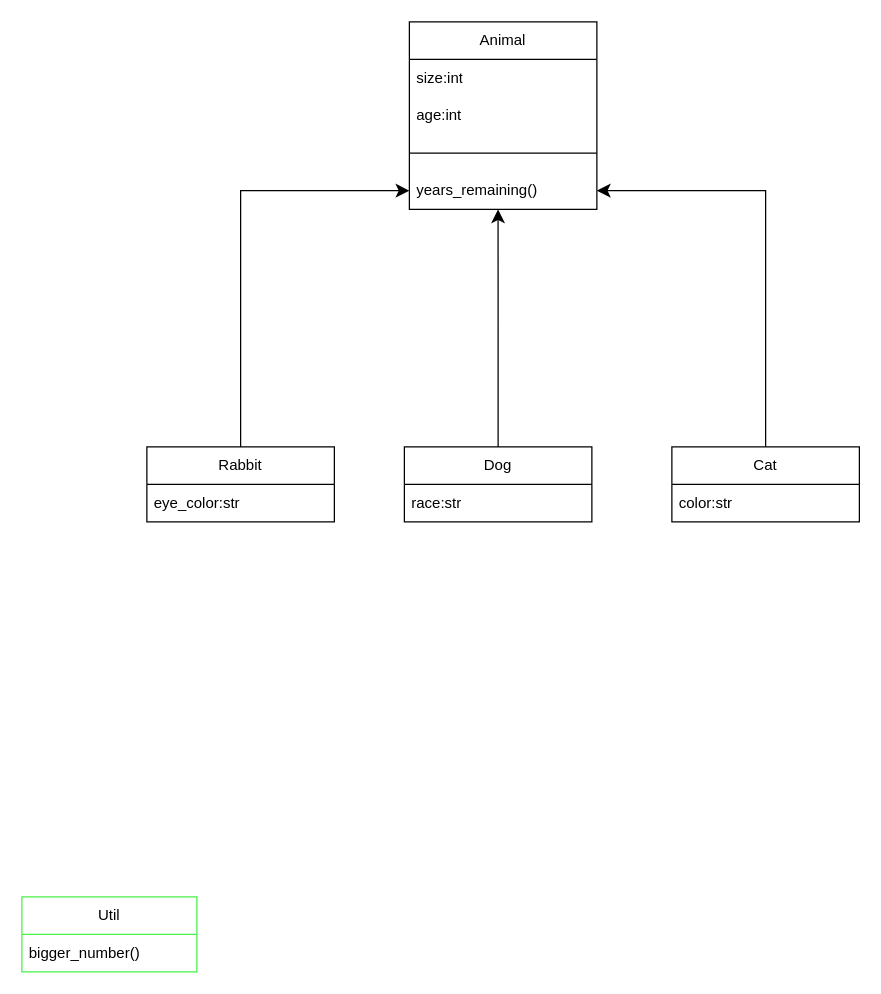
This is aula 4 - Herança/Exercícios/Exercício - Herança.drawio from fanecovsf/mentoria, a draw.io file, before an edit. Source tidied: cells renumbered, new cells numbered last; positions are measured from the earlier drawing's top-left corner, leaving out a move shared by most shapes. Both pictures are drawn from the tidied source at 125%, with x=0, y=0 at pixel (21, 21).
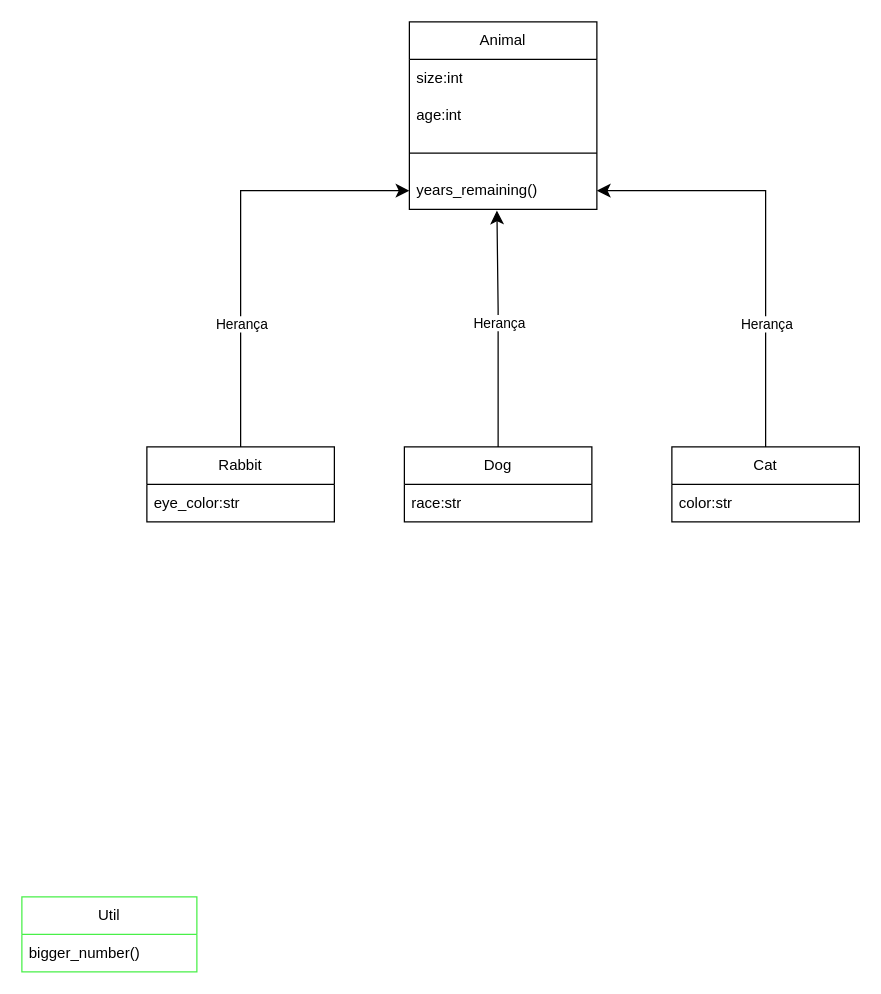
The same page after the edit.

The change refers to these unchanged cells:
```xml
<mxCell id="7" value="years_remaining()" style="text;strokeColor=none;fillColor=none;align=left;verticalAlign=middle;spacingLeft=4;spacingRight=4;overflow=hidden;points=[[0,0.5],[1,0.5]];portConstraint=eastwest;whiteSpace=wrap;html=1;" parent="2" vertex="1">
  <mxGeometry y="120" width="150" height="30" as="geometry" />
</mxCell>
<mxCell id="10" value="Dog" style="swimlane;fontStyle=0;horizontal=1;startSize=30;whiteSpace=wrap;html=1;" parent="1" vertex="1">
  <mxGeometry x="306" y="340" width="150" height="60" as="geometry" />
</mxCell>
<mxCell id="12" value="Cat" style="swimlane;fontStyle=0;horizontal=1;startSize=30;whiteSpace=wrap;html=1;" parent="1" vertex="1">
  <mxGeometry x="520" y="340" width="150" height="60" as="geometry" />
</mxCell>
<mxCell id="14" style="edgeStyle=elbowEdgeStyle;elbow=vertical;endArrow=classic;html=1;curved=0;rounded=0;endSize=8;startSize=8;exitX=0.5;exitY=0;exitDx=0;exitDy=0;entryX=0;entryY=0.5;entryDx=0;entryDy=0;" parent="1" edge="1" source="8" target="7">
  <mxGeometry relative="1" as="geometry">
    <Array as="points">
      <mxPoint x="240" y="135" />
      <mxPoint x="380" y="240" />
    </Array>
  </mxGeometry>
</mxCell>
```

Change to the diagram source:
```diff
@@
-    <mxCell id="15" style="edgeStyle=elbowEdgeStyle;elbow=vertical;endArrow=classic;html=1;curved=0;rounded=0;endSize=8;startSize=8;entryX=0.473;entryY=1;entryDx=0;entryDy=0;entryPerimeter=0;exitX=0.5;exitY=0;exitDx=0;exitDy=0;" parent="1" edge="1" source="10" target="7">
-      <mxGeometry relative="1" as="geometry">
-        <Array as="points">
-          <mxPoint x="370" y="250" />
-          <mxPoint x="390" y="250" />
-        </Array>
-      </mxGeometry>
-    </mxCell>
-    <mxCell id="16" style="edgeStyle=elbowEdgeStyle;elbow=vertical;endArrow=classic;html=1;curved=0;rounded=0;endSize=8;startSize=8;entryX=1;entryY=0.5;entryDx=0;entryDy=0;exitX=0.5;exitY=0;exitDx=0;exitDy=0;" parent="1" edge="1" source="12" target="7">
-      <mxGeometry relative="1" as="geometry">
-        <Array as="points">
-          <mxPoint x="510" y="135" />
-          <mxPoint x="400" y="260" />
-        </Array>
-      </mxGeometry>
-    </mxCell>
+    <mxCell id="19" value="Herança" style="edgeLabel;html=1;align=center;verticalAlign=middle;" parent="14" vertex="1">
+      <mxGeometry x="-0.38" y="-1" relative="1" as="geometry">
+        <mxPoint x="-1" y="6" as="offset" />
+      </mxGeometry>
+    </mxCell>
@@
+    <mxCell id="15" style="edgeStyle=elbowEdgeStyle;elbow=vertical;endArrow=classic;html=1;curved=0;rounded=0;endSize=8;startSize=8;exitX=0.5;exitY=0;exitDx=0;exitDy=0;entryX=0.467;entryY=1.033;entryDx=0;entryDy=0;entryPerimeter=0;" parent="1" edge="1" source="10" target="7">
+      <mxGeometry relative="1" as="geometry">
+        <Array as="points">
+          <mxPoint x="385" y="230" />
+          <mxPoint x="495" y="425" />
+        </Array>
+      </mxGeometry>
+    </mxCell>
+    <mxCell id="20" value="Herança" style="edgeLabel;html=1;align=center;verticalAlign=middle;" parent="15" vertex="1">
+      <mxGeometry x="-0.38" y="-1" relative="1" as="geometry">
+        <mxPoint x="-1" y="-41" as="offset" />
+      </mxGeometry>
+    </mxCell>
+    <mxCell id="16" style="edgeStyle=elbowEdgeStyle;elbow=vertical;endArrow=classic;html=1;curved=0;rounded=0;endSize=8;startSize=8;exitX=0.5;exitY=0;exitDx=0;exitDy=0;entryX=1;entryY=0.5;entryDx=0;entryDy=0;" parent="1" edge="1" source="12" target="7">
+      <mxGeometry relative="1" as="geometry">
+        <Array as="points">
+          <mxPoint x="500" y="135" />
+          <mxPoint x="655" y="435" />
+        </Array>
+      </mxGeometry>
+    </mxCell>
+    <mxCell id="21" value="Herança" style="edgeLabel;html=1;align=center;verticalAlign=middle;" parent="16" vertex="1">
+      <mxGeometry x="-0.38" y="-1" relative="1" as="geometry">
+        <mxPoint x="-1" y="6" as="offset" />
+      </mxGeometry>
+    </mxCell>
```
